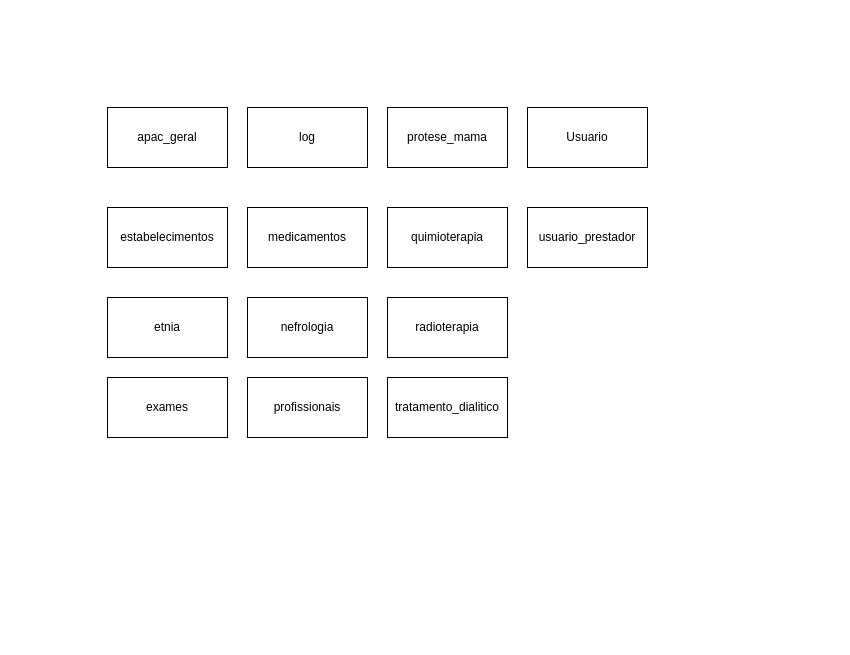
Earlier version of the draw.io diagram Diagrama sem nome.drawio (Matheus-OD074/TesteApac). Source tidied: cells renumbered, new cells numbered last; positions are measured from the earlier drawing's top-left corner, leaving out a move shared by most shapes. Both pictures are drawn from the tidied source at 100%, with x=0, y=0 at pixel (107, 107).
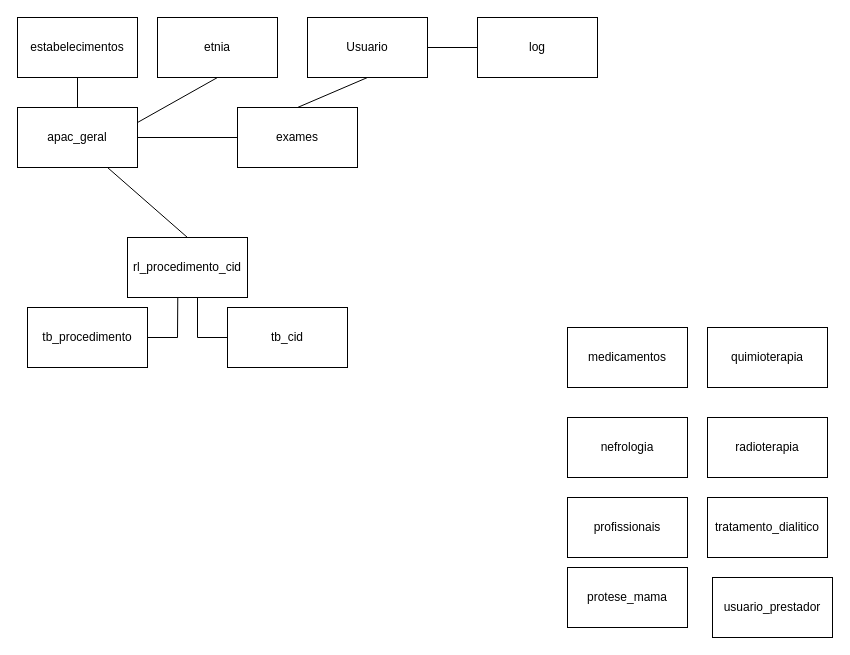
The same page after the edit.

The edit, as a diff of the source:
```diff
@@
     <mxCell id="2" value="apac_geral" style="rounded=0;whiteSpace=wrap;html=1;" parent="1" vertex="1">
-      <mxGeometry width="120" height="60" as="geometry" />
+      <mxGeometry x="-90" width="120" height="60" as="geometry" />
     </mxCell>
     <mxCell id="3" value="log" style="rounded=0;whiteSpace=wrap;html=1;" parent="1" vertex="1">
-      <mxGeometry x="140" width="120" height="60" as="geometry" />
+      <mxGeometry x="370" y="-90" width="120" height="60" as="geometry" />
     </mxCell>
     <mxCell id="4" value="exames" style="rounded=0;whiteSpace=wrap;html=1;" parent="1" vertex="1">
-      <mxGeometry y="270" width="120" height="60" as="geometry" />
+      <mxGeometry x="130" width="120" height="60" as="geometry" />
     </mxCell>
     <mxCell id="5" value="etnia" style="rounded=0;whiteSpace=wrap;html=1;" parent="1" vertex="1">
-      <mxGeometry y="190" width="120" height="60" as="geometry" />
+      <mxGeometry x="50" y="-90" width="120" height="60" as="geometry" />
     </mxCell>
     <mxCell id="6" value="estabelecimentos" style="rounded=0;whiteSpace=wrap;html=1;" parent="1" vertex="1">
-      <mxGeometry y="100" width="120" height="60" as="geometry" />
+      <mxGeometry x="-90" y="-90" width="120" height="60" as="geometry" />
     </mxCell>
     <mxCell id="7" value="tratamento_dialitico" style="rounded=0;whiteSpace=wrap;html=1;" parent="1" vertex="1">
-      <mxGeometry x="280" y="270" width="120" height="60" as="geometry" />
+      <mxGeometry x="600" y="390" width="120" height="60" as="geometry" />
     </mxCell>
     <mxCell id="8" value="radioterapia" style="rounded=0;whiteSpace=wrap;html=1;" parent="1" vertex="1">
-      <mxGeometry x="280" y="190" width="120" height="60" as="geometry" />
+      <mxGeometry x="600" y="310" width="120" height="60" as="geometry" />
     </mxCell>
     <mxCell id="9" value="quimioterapia" style="rounded=0;whiteSpace=wrap;html=1;" parent="1" vertex="1">
-      <mxGeometry x="280" y="100" width="120" height="60" as="geometry" />
+      <mxGeometry x="600" y="220" width="120" height="60" as="geometry" />
     </mxCell>
     <mxCell id="10" value="protese_mama" style="rounded=0;whiteSpace=wrap;html=1;" parent="1" vertex="1">
-      <mxGeometry x="280" width="120" height="60" as="geometry" />
+      <mxGeometry x="460" y="460" width="120" height="60" as="geometry" />
     </mxCell>
     <mxCell id="11" value="profissionais" style="rounded=0;whiteSpace=wrap;html=1;" parent="1" vertex="1">
-      <mxGeometry x="140" y="270" width="120" height="60" as="geometry" />
+      <mxGeometry x="460" y="390" width="120" height="60" as="geometry" />
     </mxCell>
     <mxCell id="12" value="nefrologia" style="rounded=0;whiteSpace=wrap;html=1;" parent="1" vertex="1">
-      <mxGeometry x="140" y="190" width="120" height="60" as="geometry" />
+      <mxGeometry x="460" y="310" width="120" height="60" as="geometry" />
     </mxCell>
     <mxCell id="13" value="medicamentos" style="rounded=0;whiteSpace=wrap;html=1;" parent="1" vertex="1">
-      <mxGeometry x="140" y="100" width="120" height="60" as="geometry" />
+      <mxGeometry x="460" y="220" width="120" height="60" as="geometry" />
     </mxCell>
     <mxCell id="14" value="usuario_prestador" style="rounded=0;whiteSpace=wrap;html=1;" parent="1" vertex="1">
-      <mxGeometry x="420" y="100" width="120" height="60" as="geometry" />
+      <mxGeometry x="605" y="470" width="120" height="60" as="geometry" />
     </mxCell>
     <mxCell id="15" value="Usuario" style="rounded=0;whiteSpace=wrap;html=1;" parent="1" vertex="1">
-      <mxGeometry x="420" width="120" height="60" as="geometry" />
+      <mxGeometry x="200" y="-90" width="120" height="60" as="geometry" />
     </mxCell>
+    <mxCell id="16" value="rl_procedimento_cid" style="rounded=0;whiteSpace=wrap;html=1;" parent="1" vertex="1">
+      <mxGeometry x="20" y="130" width="120" height="60" as="geometry" />
+    </mxCell>
+    <mxCell id="17" value="tb_procedimento" style="rounded=0;whiteSpace=wrap;html=1;" parent="1" vertex="1">
+      <mxGeometry x="-80" y="200" width="120" height="60" as="geometry" />
+    </mxCell>
+    <mxCell id="18" value="tb_cid" style="rounded=0;whiteSpace=wrap;html=1;" parent="1" vertex="1">
+      <mxGeometry x="120" y="200" width="120" height="60" as="geometry" />
+    </mxCell>
+    <mxCell id="19" style="endArrow=none;html=1;rounded=0;exitX=0.5;exitY=1;exitDx=0;exitDy=0;" parent="1" edge="1" source="6">
+      <mxGeometry relative="1" as="geometry">
+        <mxPoint x="-30" as="targetPoint" />
+      </mxGeometry>
+    </mxCell>
+    <mxCell id="20" style="endArrow=none;html=1;rounded=0;exitX=0.5;exitY=1;exitDx=0;exitDy=0;entryX=1;entryY=0.25;entryDx=0;entryDy=0;" parent="1" edge="1" source="5" target="2">
+      <mxGeometry relative="1" as="geometry" />
+    </mxCell>
+    <mxCell id="21" style="endArrow=none;html=1;rounded=0;exitX=0.5;exitY=0;exitDx=0;exitDy=0;entryX=0.75;entryY=1;entryDx=0;entryDy=0;" parent="1" edge="1" source="16" target="2">
+      <mxGeometry relative="1" as="geometry" />
+    </mxCell>
+    <mxCell id="22" style="endArrow=none;html=1;rounded=0;exitX=1;exitY=0.5;exitDx=0;exitDy=0;entryX=0.419;entryY=1.002;entryDx=0;entryDy=0;entryPerimeter=0;" parent="1" edge="1" source="17" target="16">
+      <mxGeometry relative="1" as="geometry">
+        <Array as="points">
+          <mxPoint x="70" y="230" />
+        </Array>
+      </mxGeometry>
+    </mxCell>
+    <mxCell id="23" style="endArrow=none;html=1;rounded=0;entryX=0;entryY=0.5;entryDx=0;entryDy=0;" parent="1" edge="1" target="18">
+      <mxGeometry relative="1" as="geometry">
+        <mxPoint x="90" y="190" as="sourcePoint" />
+        <Array as="points">
+          <mxPoint x="90" y="230" />
+        </Array>
+      </mxGeometry>
+    </mxCell>
+    <mxCell id="24" style="endArrow=none;html=1;rounded=0;exitX=1;exitY=0.5;exitDx=0;exitDy=0;entryX=0;entryY=0.5;entryDx=0;entryDy=0;" parent="1" edge="1" source="2" target="4">
+      <mxGeometry relative="1" as="geometry" />
+    </mxCell>
+    <mxCell id="25" style="endArrow=none;html=1;rounded=0;exitX=0.5;exitY=1;exitDx=0;exitDy=0;entryX=0.5;entryY=0;entryDx=0;entryDy=0;" parent="1" edge="1" source="15" target="4">
+      <mxGeometry relative="1" as="geometry" />
+    </mxCell>
+    <mxCell id="26" style="endArrow=none;html=1;rounded=0;exitX=1;exitY=0.5;exitDx=0;exitDy=0;entryX=0;entryY=0.5;entryDx=0;entryDy=0;" parent="1" edge="1" source="15" target="3">
+      <mxGeometry relative="1" as="geometry" />
+    </mxCell>
```
